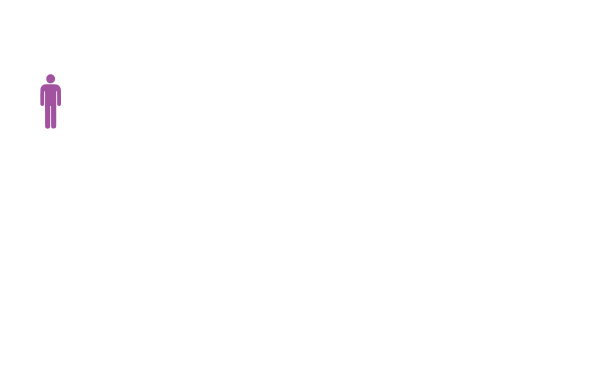
The draw.io diagram flujos/Arquitectura Implementacion.drawio in ada-gonzalez/grupo20_Chatbot, before the edit. Source tidied: cells renumbered, new cells numbered last; positions are measured from the earlier drawing's top-left corner, leaving out a move shared by most shapes. Both pictures are drawn from the tidied source at 110%, with x=0, y=0 at pixel (40, 74).
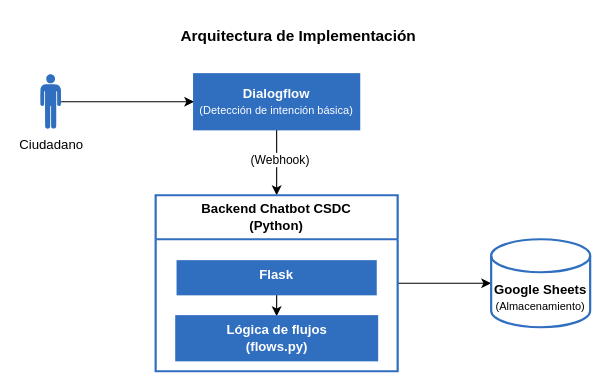
The same page after the edit.

The edit, as a diff of the source:
```diff
@@
 <mxGraphModel>
   <root>
     <mxCell id="0" />
     <mxCell id="1" parent="0" />
+    <mxCell id="3" style="edgeStyle=orthogonalEdgeStyle;rounded=0;jettySize=auto;html=1;entryX=0;entryY=0.5;entryDx=0;entryDy=0;" parent="1" edge="1" source="2" target="6">
+      <mxGeometry relative="1" as="geometry" />
+    </mxCell>
-    <mxCell id="2" style="verticalLabelPosition=bottom;sketch=0;html=1;fillColor=#A153A0;verticalAlign=top;align=center;shape=mxgraph.cisco_safe.design.actor_2;" parent="1" vertex="1">
+    <mxCell id="2" value="Ciudadano" style="verticalLabelPosition=bottom;sketch=0;html=1;fillColor=#306EC0;verticalAlign=top;align=center;shape=mxgraph.cisco_safe.design.actor_2;" parent="1" vertex="1">
       <mxGeometry width="19" height="50" as="geometry" />
     </mxCell>
+    <mxCell id="4" style="edgeStyle=orthogonalEdgeStyle;rounded=0;jettySize=auto;html=1;entryX=0.5;entryY=0;entryDx=0;entryDy=0;" parent="1" edge="1" source="6" target="8">
+      <mxGeometry relative="1" as="geometry" />
+    </mxCell>
+    <mxCell id="5" value="(Webhook)" style="edgeLabel;html=1;align=center;verticalAlign=middle;" parent="4" vertex="1">
+      <mxGeometry x="-0.11" y="2" relative="1" as="geometry" />
+    </mxCell>
+    <mxCell id="6" value="Dialogflow&lt;br&gt;&lt;span style=&quot;font-weight: normal;&quot;&gt;&lt;font style=&quot;font-size: 10px;&quot;&gt;(Detección de intención básica)&lt;/font&gt;&lt;/span&gt;" style="rounded=0;whiteSpace=wrap;html=1;strokeColor=#306EC0;strokeWidth=2;fillColor=#306EC0;fontColor=light-dark(#ffffff, #ededed);fontStyle=1;" parent="1" vertex="1">
+      <mxGeometry x="140" width="150" height="50" as="geometry" />
+    </mxCell>
+    <mxCell id="7" style="edgeStyle=orthogonalEdgeStyle;rounded=0;jettySize=auto;html=1;" parent="1" edge="1" source="8" target="12">
+      <mxGeometry relative="1" as="geometry" />
+    </mxCell>
+    <mxCell id="8" value="&lt;blockquote&gt;&lt;p&gt;Backend Chatbot CSDC&lt;br&gt;&lt;span style=&quot;background-color: transparent; color: light-dark(rgb(0, 0, 0), rgb(255, 255, 255));&quot;&gt;(Python)&lt;/span&gt;&lt;/p&gt;&lt;/blockquote&gt;&lt;p&gt;&lt;/p&gt;" style="swimlane;whiteSpace=wrap;html=1;startSize=40;textShadow=0;labelBorderColor=none;strokeColor=light-dark(#306EC0,#EDEDED);strokeWidth=2;swimlaneFillColor=default;" parent="1" vertex="1">
+      <mxGeometry x="105" y="110" width="220" height="160" as="geometry" />
+    </mxCell>
+    <mxCell id="9" style="edgeStyle=orthogonalEdgeStyle;rounded=0;jettySize=auto;html=1;" parent="8" edge="1" source="10" target="11">
+      <mxGeometry relative="1" as="geometry" />
+    </mxCell>
+    <mxCell id="10" value="&lt;blockquote&gt;&lt;p&gt;Flask&lt;/p&gt;&lt;/blockquote&gt;&lt;h4&gt;&lt;/h4&gt;" style="text;html=1;whiteSpace=wrap;strokeColor=#306EC0;fillColor=#306EC0;align=center;verticalAlign=middle;rounded=0;strokeWidth=2;fontColor=#FFFFFF;fontStyle=1;" parent="8" vertex="1">
+      <mxGeometry x="20" y="60" width="180" height="30" as="geometry" />
+    </mxCell>
+    <mxCell id="11" value="&lt;div style=&quot;&quot;&gt;&lt;blockquote&gt;&lt;p&gt;Lógica de flujos (flows.py)&lt;/p&gt;&lt;/blockquote&gt;&lt;/div&gt;" style="text;html=1;whiteSpace=wrap;strokeColor=#306EC0;fillColor=#306EC0;align=center;verticalAlign=middle;rounded=0;fontColor=#FFFFFF;fontStyle=1;strokeWidth=2;" parent="8" vertex="1">
+      <mxGeometry x="18.8" y="110" width="182.5" height="40" as="geometry" />
+    </mxCell>
+    <mxCell id="12" value="&lt;b&gt;Google Sheets&lt;/b&gt;&lt;div&gt;&lt;font style=&quot;font-size: 10px;&quot;&gt;(Almacenamiento)&lt;/font&gt;&lt;/div&gt;" style="shape=cylinder3;whiteSpace=wrap;html=1;boundedLbl=1;backgroundOutline=1;size=15;strokeWidth=2;strokeColor=light-dark(#306EC0,#EDEDED);fillColor=#FFFFFF;" parent="1" vertex="1">
+      <mxGeometry x="410" y="150" width="90" height="80" as="geometry" />
+    </mxCell>
+    <mxCell id="13" value="Arquitectura de Implementación" style="text;html=1;whiteSpace=wrap;strokeColor=none;fillColor=none;align=center;verticalAlign=middle;rounded=0;fontStyle=1;fontSize=14;" parent="1" vertex="1">
+      <mxGeometry x="50" y="-50" width="370" height="30" as="geometry" />
+    </mxCell>
   </root>
 </mxGraphModel>
```
